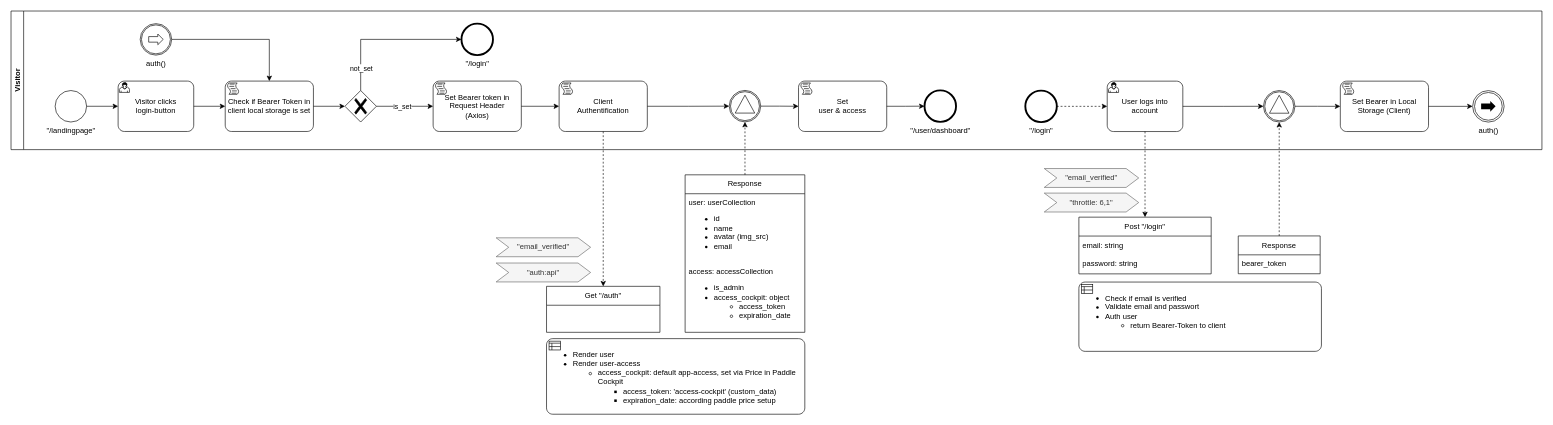
Above: page "1 - Login" (3 of 7) of docs/Feature Defintions/01 - User Account Management.drawio in CarlsonBuma/app-template (draw.io), before the change. Source tidied: cells renumbered, new cells numbered last; positions are measured from the earlier drawing's top-left corner, leaving out a move shared by most shapes. Both pictures are drawn from the tidied source at 63%, with x=0, y=0 at pixel (11, 11).
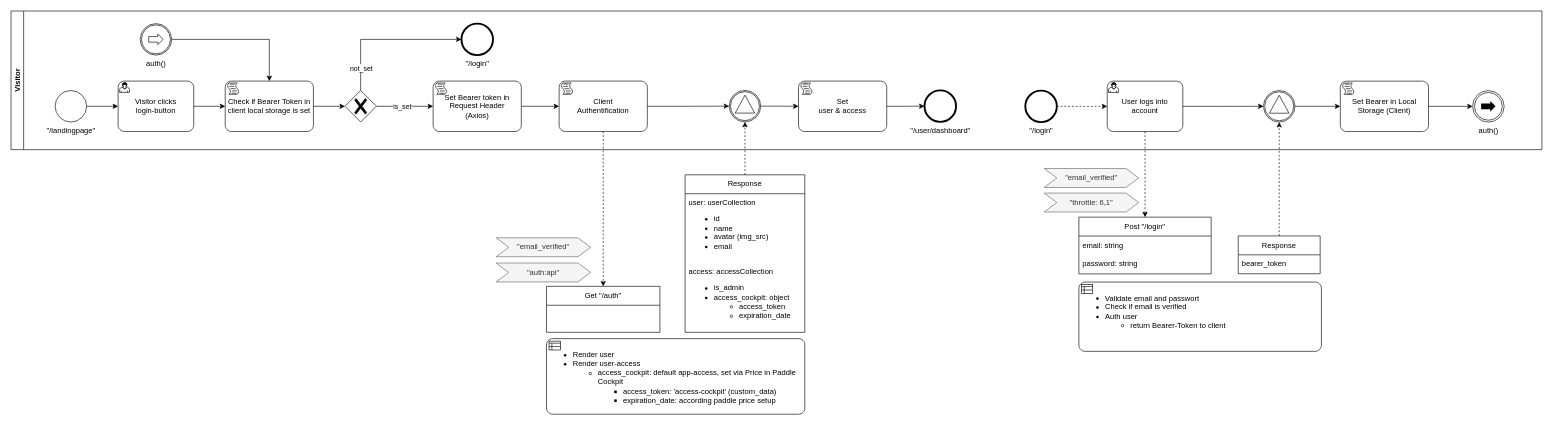
Above is the later version.

Unchanged cells that the change refers to:
```xml
<mxCell id="2" value="Visitor" style="swimlane;startSize=20;horizontal=0;html=1;whiteSpace=wrap;" parent="1" vertex="1">
  <mxGeometry width="2430" height="220" as="geometry" />
</mxCell>
```

The edit, as a diff of the source:
```diff
@@
-    <mxCell id="39" value="&lt;ul&gt;&lt;li style=&quot;border-color: var(--border-color);&quot;&gt;Check if email is verified&lt;/li&gt;&lt;li style=&quot;border-color: var(--border-color);&quot;&gt;Validate email and passwort&lt;br style=&quot;border-color: var(--border-color); font-size: 10px;&quot;&gt;&lt;/li&gt;&lt;li style=&quot;border-color: var(--border-color);&quot;&gt;Auth user&lt;br style=&quot;border-color: var(--border-color);&quot;&gt;&lt;/li&gt;&lt;ul style=&quot;border-color: var(--border-color);&quot;&gt;&lt;li style=&quot;border-color: var(--border-color);&quot;&gt;return Bearer-Token to client&lt;/li&gt;&lt;/ul&gt;&lt;/ul&gt;" style="shape=mxgraph.bpmn.task;whiteSpace=wrap;rectStyle=rounded;size=10;html=1;taskMarker=businessRule;verticalAlign=top;align=left;" parent="2" vertex="1">
+    <mxCell id="39" value="&lt;ul&gt;&lt;li style=&quot;border-color: var(--border-color);&quot;&gt;&lt;span style=&quot;background-color: initial;&quot;&gt;Validate email and passwort&lt;/span&gt;&lt;br&gt;&lt;/li&gt;&lt;li style=&quot;border-color: var(--border-color);&quot;&gt;Check if email is verified&lt;/li&gt;&lt;li style=&quot;border-color: var(--border-color);&quot;&gt;Auth user&lt;br style=&quot;border-color: var(--border-color);&quot;&gt;&lt;/li&gt;&lt;ul style=&quot;border-color: var(--border-color);&quot;&gt;&lt;li style=&quot;border-color: var(--border-color);&quot;&gt;return Bearer-Token to client&lt;/li&gt;&lt;/ul&gt;&lt;/ul&gt;" style="shape=mxgraph.bpmn.task;whiteSpace=wrap;rectStyle=rounded;size=10;html=1;taskMarker=businessRule;verticalAlign=top;align=left;" parent="2" vertex="1">
       <mxGeometry x="1695" y="430.2" width="385" height="110" as="geometry" />
     </mxCell>
```
